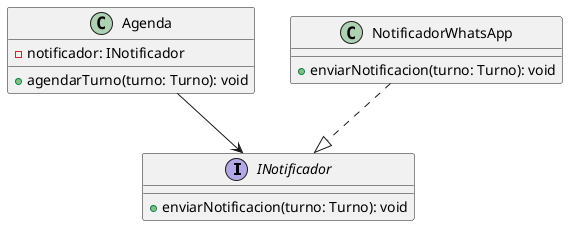
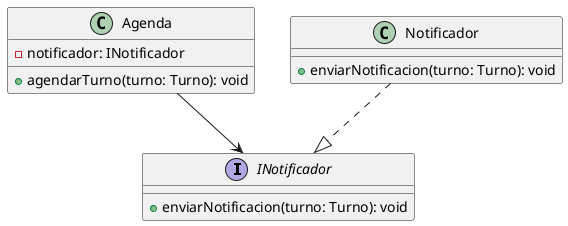
@startuml 01-solid-05-dip
interface INotificador {
  + enviarNotificacion(turno: Turno): void
}

class Agenda {
  - notificador: INotificador
  + agendarTurno(turno: Turno): void
}

- class NotificadorWhatsApp {
+ class Notificador {
  + enviarNotificacion(turno: Turno): void
}

Agenda --> INotificador
- NotificadorWhatsApp ..|> INotificador
+ Notificador ..|> INotificador
@enduml